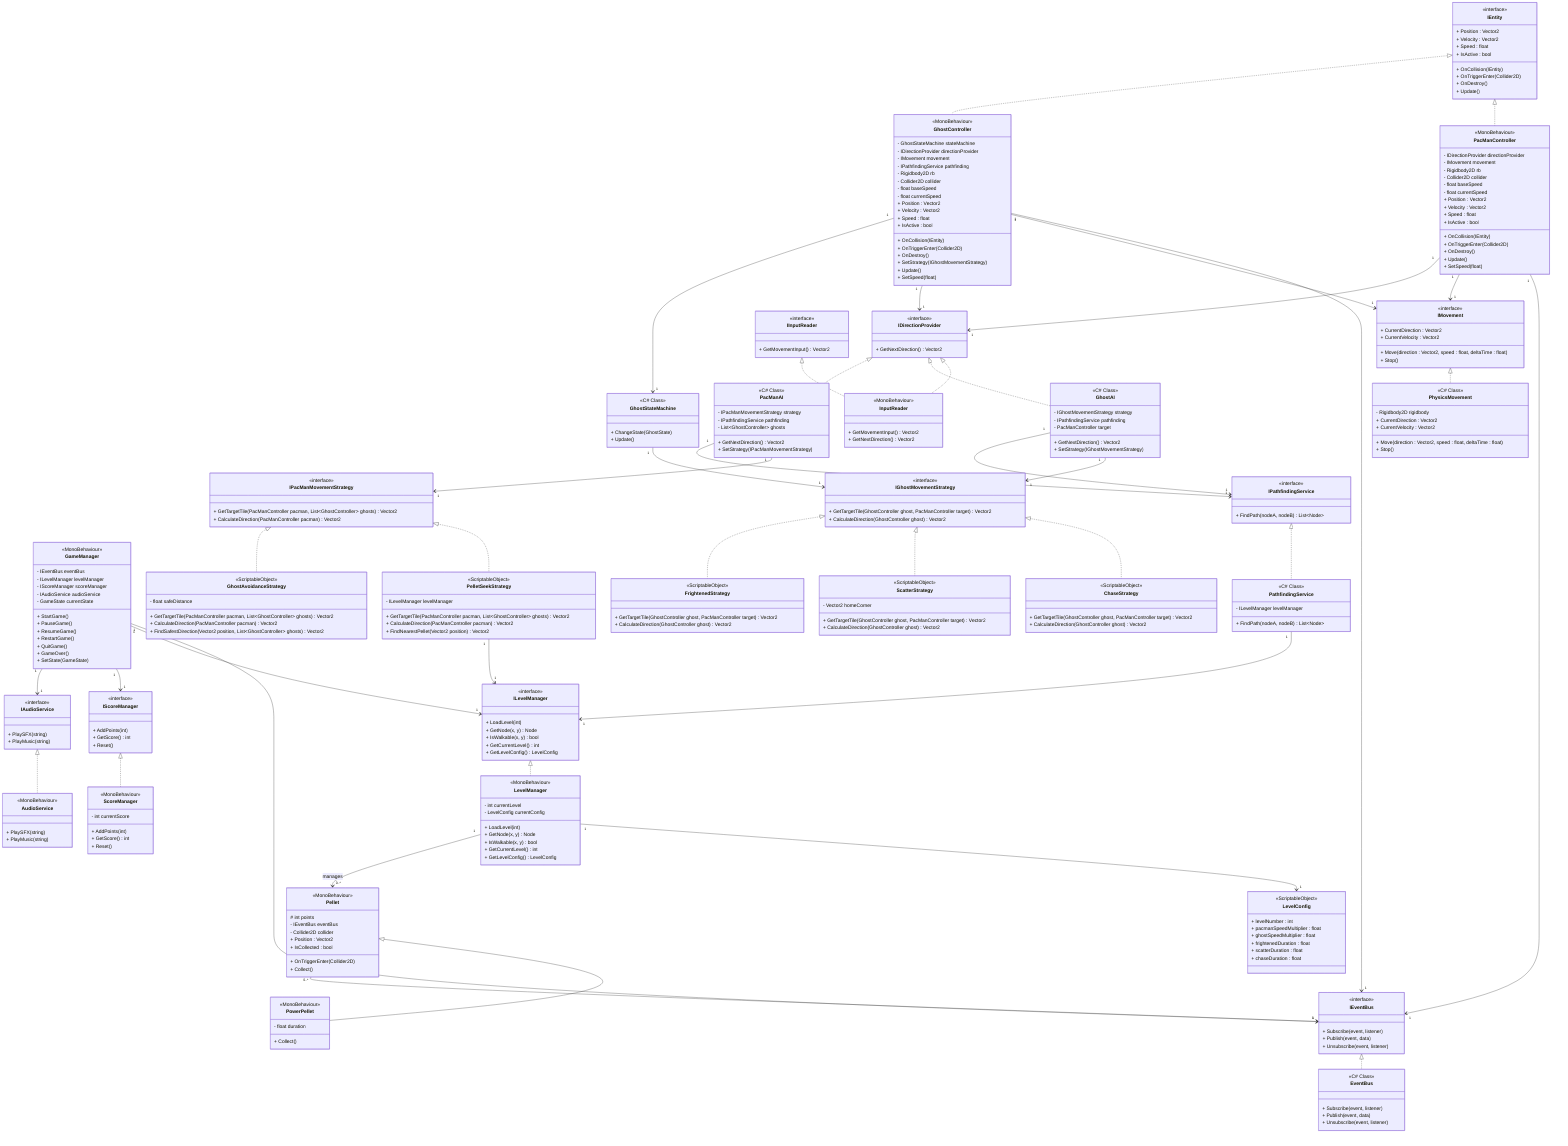
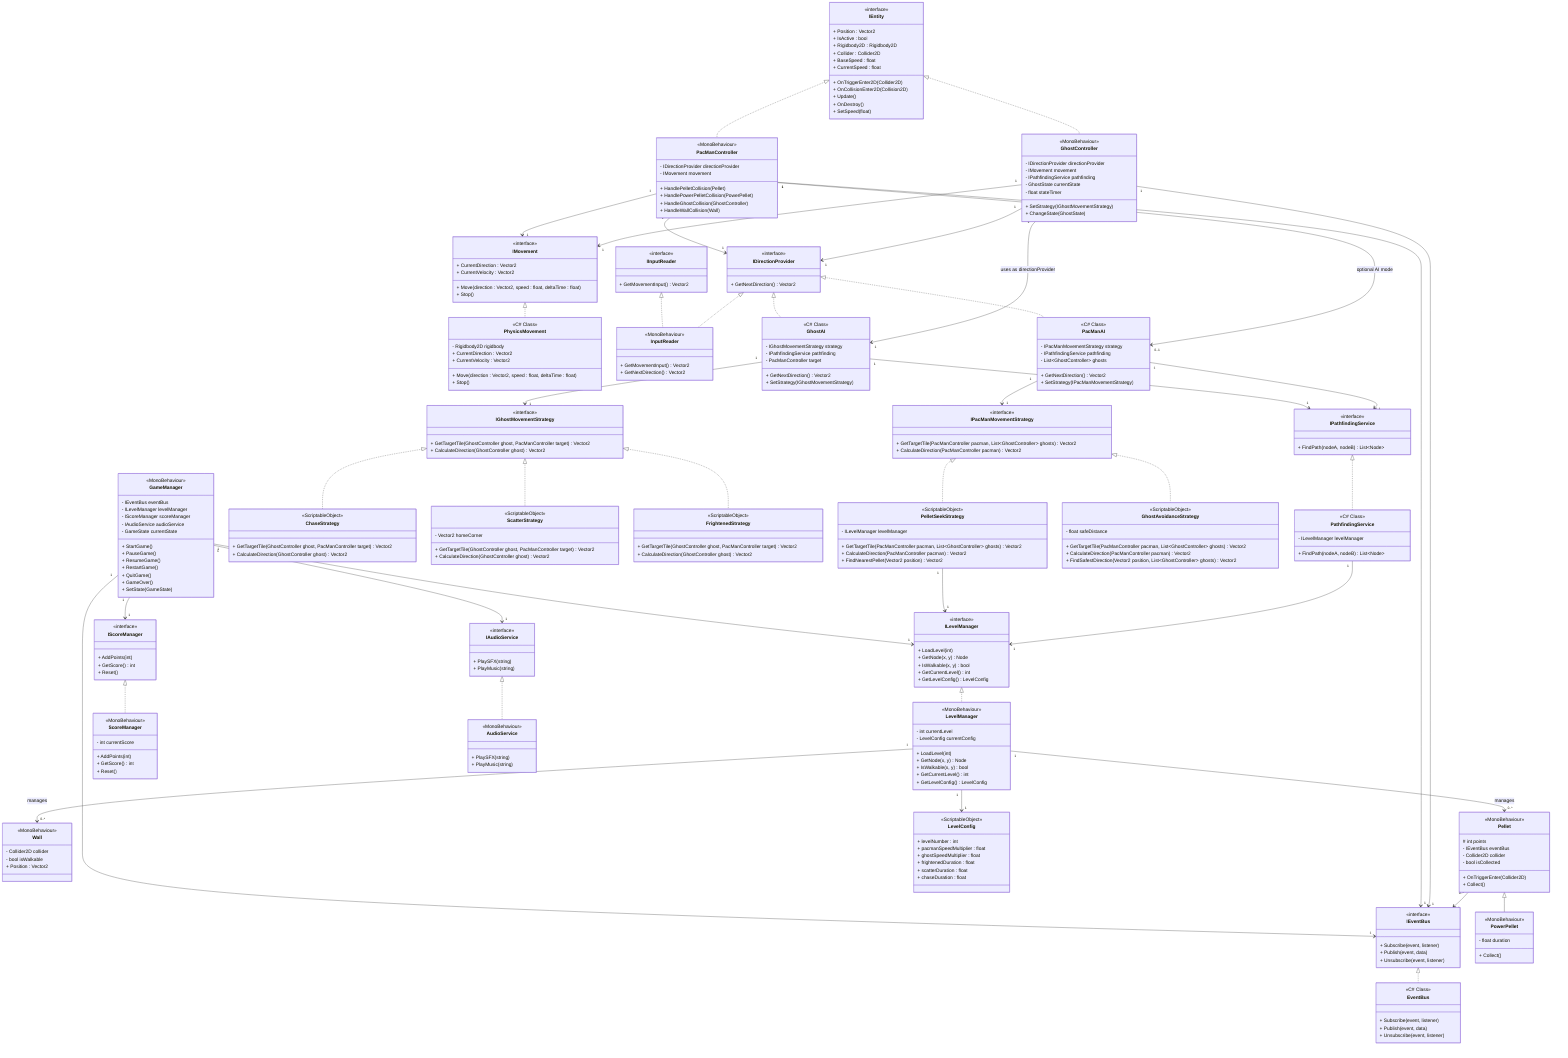
classDiagram

    %% Core Interfaces
    class IEntity {
        <<interface>>
        + Position : Vector2
-         + Velocity : Vector2
-         + Speed : float
        + IsActive : bool
-         + OnCollision(IEntity)
-         + OnTriggerEnter(Collider2D)
+         + Rigidbody2D : Rigidbody2D
+         + Collider : Collider2D
+         + BaseSpeed : float
+         + CurrentSpeed : float
+         + OnTriggerEnter2D(Collider2D)
+         + OnCollisionEnter2D(Collision2D)
+         + Update()
        + OnDestroy()
-         + Update()
+         + SetSpeed(float)
    }

    class IMovement {
        <<interface>>
        + Move(direction : Vector2, speed : float, deltaTime : float)
        + Stop()
        + CurrentDirection : Vector2
        + CurrentVelocity : Vector2
    }

    class IEventBus {
        <<interface>>
        + Subscribe(event, listener)
        + Publish(event, data)
        + Unsubscribe(event, listener)
    }

    class IPathfindingService {
        <<interface>>
        + FindPath(nodeA, nodeB) List~Node~
    }

    class IAudioService {
        <<interface>>
        + PlaySFX(string)
        + PlayMusic(string)
    }

    class IInputReader {
        <<interface>>
        + GetMovementInput() Vector2
    }

    class IDirectionProvider {
        <<interface>>
        + GetNextDirection() Vector2
    }

    class ILevelManager {
        <<interface>>
        + LoadLevel(int)
        + GetNode(x, y) Node
        + IsWalkable(x, y) bool
        + GetCurrentLevel() int
        + GetLevelConfig() LevelConfig
    }

    class IScoreManager {
        <<interface>>
        + AddPoints(int)
        + GetScore() int
        + Reset()
    }

    %% Managers (MonoBehaviour)
    class GameManager {
        <<MonoBehaviour>>
        - IEventBus eventBus
        - ILevelManager levelManager
        - IScoreManager scoreManager
        - IAudioService audioService
        - GameState currentState
        + StartGame()
        + PauseGame()
        + ResumeGame()
        + RestartGame()
        + QuitGame()
        + GameOver()
        + SetState(GameState)
    }

    class LevelManager {
        <<MonoBehaviour>>
        - int currentLevel
        - LevelConfig currentConfig
        + LoadLevel(int)
        + GetNode(x, y) Node
        + IsWalkable(x, y) bool
        + GetCurrentLevel() int
        + GetLevelConfig() LevelConfig
    }

    class ScoreManager {
        <<MonoBehaviour>>
        - int currentScore
        + AddPoints(int)
        + GetScore() int
        + Reset()
    }

    class EventBus {
        <<C# Class>>
        + Subscribe(event, listener)
        + Publish(event, data)
        + Unsubscribe(event, listener)
    }

    %% Entities
    class PacManController {
        <<MonoBehaviour>>
        - IDirectionProvider directionProvider
        - IMovement movement
-         - Rigidbody2D rb
-         - Collider2D collider
-         - float baseSpeed
-         - float currentSpeed
-         + Position : Vector2
-         + Velocity : Vector2
-         + Speed : float
-         + IsActive : bool
-         + OnCollision(IEntity)
-         + OnTriggerEnter(Collider2D)
-         + OnDestroy()
-         + Update()
-         + SetSpeed(float)
+         + HandlePelletCollision(Pellet)
+         + HandlePowerPelletCollision(PowerPellet)
+         + HandleGhostCollision(GhostController)
+         + HandleWallCollision(Wall)
    }

    class PhysicsMovement {
        <<C# Class>>
        - Rigidbody2D rigidbody
        + Move(direction : Vector2, speed : float, deltaTime : float)
        + Stop()
        + CurrentDirection : Vector2
        + CurrentVelocity : Vector2
    }

+     class Wall {
+         <<MonoBehaviour>>
+         - Collider2D collider
+         - bool isWalkable
+         + Position : Vector2
+     }
+ 
    class InputReader {
        <<MonoBehaviour>>
        + GetMovementInput() Vector2
        + GetNextDirection() Vector2
    }

    class GhostController {
        <<MonoBehaviour>>
-         - GhostStateMachine stateMachine
        - IDirectionProvider directionProvider
        - IMovement movement
        - IPathfindingService pathfinding
-         - Rigidbody2D rb
-         - Collider2D collider
-         - float baseSpeed
-         - float currentSpeed
-         + Position : Vector2
-         + Velocity : Vector2
-         + Speed : float
-         + IsActive : bool
-         + OnCollision(IEntity)
-         + OnTriggerEnter(Collider2D)
-         + OnDestroy()
+         - GhostState currentState
+         - float stateTimer
        + SetStrategy(IGhostMovementStrategy)
-         + Update()
-         + SetSpeed(float)
+         + ChangeState(GhostState)
    }

    class GhostAI {
        <<C# Class>>
        - IGhostMovementStrategy strategy
        - IPathfindingService pathfinding
        - PacManController target
        + GetNextDirection() Vector2
        + SetStrategy(IGhostMovementStrategy)
    }

    class PacManAI {
        <<C# Class>>
        - IPacManMovementStrategy strategy
        - IPathfindingService pathfinding
        - List~GhostController~ ghosts
        + GetNextDirection() Vector2
        + SetStrategy(IPacManMovementStrategy)
    }

    class Pellet {
        <<MonoBehaviour>>
        # int points
        - IEventBus eventBus
        - Collider2D collider
-         + Position : Vector2
-         + IsCollected : bool
+         - bool isCollected
        + OnTriggerEnter(Collider2D)
        + Collect()
    }

    class PowerPellet {
        <<MonoBehaviour>>
        - float duration
        + Collect()
-     }
- 
-     class GhostStateMachine {
-         <<C# Class>>
-         + ChangeState(GhostState)
-         + Update()
    }

    class IGhostMovementStrategy {
        <<interface>>
        + GetTargetTile(GhostController ghost, PacManController target) Vector2
        + CalculateDirection(GhostController ghost) Vector2
    }

    class IPacManMovementStrategy {
        <<interface>>
        + GetTargetTile(PacManController pacman, List~GhostController~ ghosts) Vector2
        + CalculateDirection(PacManController pacman) Vector2
    }

    class ChaseStrategy {
        <<ScriptableObject>>
        + GetTargetTile(GhostController ghost, PacManController target) Vector2
        + CalculateDirection(GhostController ghost) Vector2
    }

    class ScatterStrategy {
        <<ScriptableObject>>
        - Vector2 homeCorner
        + GetTargetTile(GhostController ghost, PacManController target) Vector2
        + CalculateDirection(GhostController ghost) Vector2
    }

    class FrightenedStrategy {
        <<ScriptableObject>>
        + GetTargetTile(GhostController ghost, PacManController target) Vector2
        + CalculateDirection(GhostController ghost) Vector2
    }

    class PelletSeekStrategy {
        <<ScriptableObject>>
        - ILevelManager levelManager
        + GetTargetTile(PacManController pacman, List~GhostController~ ghosts) Vector2
        + CalculateDirection(PacManController pacman) Vector2
        + FindNearestPellet(Vector2 position) Vector2
    }

    class GhostAvoidanceStrategy {
        <<ScriptableObject>>
        - float safeDistance
        + GetTargetTile(PacManController pacman, List~GhostController~ ghosts) Vector2
        + CalculateDirection(PacManController pacman) Vector2
        + FindSafestDirection(Vector2 position, List~GhostController~ ghosts) Vector2
    }

    class AudioService {
        <<MonoBehaviour>>
        + PlaySFX(string)
        + PlayMusic(string)
    }

    class PathfindingService {
        <<C# Class>>
        - ILevelManager levelManager
        + FindPath(nodeA, nodeB) List~Node~
    }

    class LevelConfig {
        <<ScriptableObject>>
        + levelNumber : int
        + pacmanSpeedMultiplier : float
        + ghostSpeedMultiplier : float
        + frightenedDuration : float
        + scatterDuration : float
        + chaseDuration : float
    }

%% Interface Implementations
IEventBus <|.. EventBus
ILevelManager <|.. LevelManager
IScoreManager <|.. ScoreManager
IAudioService <|.. AudioService
IPathfindingService <|.. PathfindingService
IInputReader <|.. InputReader
IDirectionProvider <|.. InputReader
IDirectionProvider <|.. GhostAI
IDirectionProvider <|.. PacManAI
IMovement <|.. PhysicsMovement

%% Entity Implementations
IEntity <|.. PacManController
IEntity <|.. GhostController

%% Inheritance
Pellet <|-- PowerPellet

%% Manager Dependencies (using interfaces with cardinality)
GameManager "1" --> "1" IEventBus
GameManager "1" --> "1" ILevelManager
GameManager "1" --> "1" IScoreManager
GameManager "1" --> "1" IAudioService

%% LevelManager Dependencies
LevelManager "1" --> "1" LevelConfig
LevelManager "1" --> "0..*" Pellet : manages
+ LevelManager "1" --> "0..*" Wall : manages

%% Entity Dependencies with cardinality
PacManController "1" --> "1" IEventBus
PacManController "1" --> "1" IMovement
PacManController "1" --> "1" IDirectionProvider

GhostController "1" --> "1" IEventBus
GhostController "1" --> "1" IMovement
GhostController "1" --> "1" IDirectionProvider

Pellet "0..*" --> "1" IEventBus

%% AI and State Management with cardinality
- GhostController "1" --> "1" GhostStateMachine
+ GhostController "1" --> "1" GhostAI : uses as directionProvider
+ PacManController "1" --> "0..1" PacManAI : optional AI mode
GhostAI "1" --> "1" IGhostMovementStrategy
GhostAI "1" --> "1" IPathfindingService
PacManAI "1" --> "1" IPacManMovementStrategy
PacManAI "1" --> "1" IPathfindingService
- GhostStateMachine "1" --> "1" IGhostMovementStrategy
IGhostMovementStrategy <|.. ChaseStrategy
IGhostMovementStrategy <|.. ScatterStrategy
IGhostMovementStrategy <|.. FrightenedStrategy
IPacManMovementStrategy <|.. PelletSeekStrategy
IPacManMovementStrategy <|.. GhostAvoidanceStrategy
PelletSeekStrategy "1" --> "1" ILevelManager

PathfindingService "1" --> "1" ILevelManager
